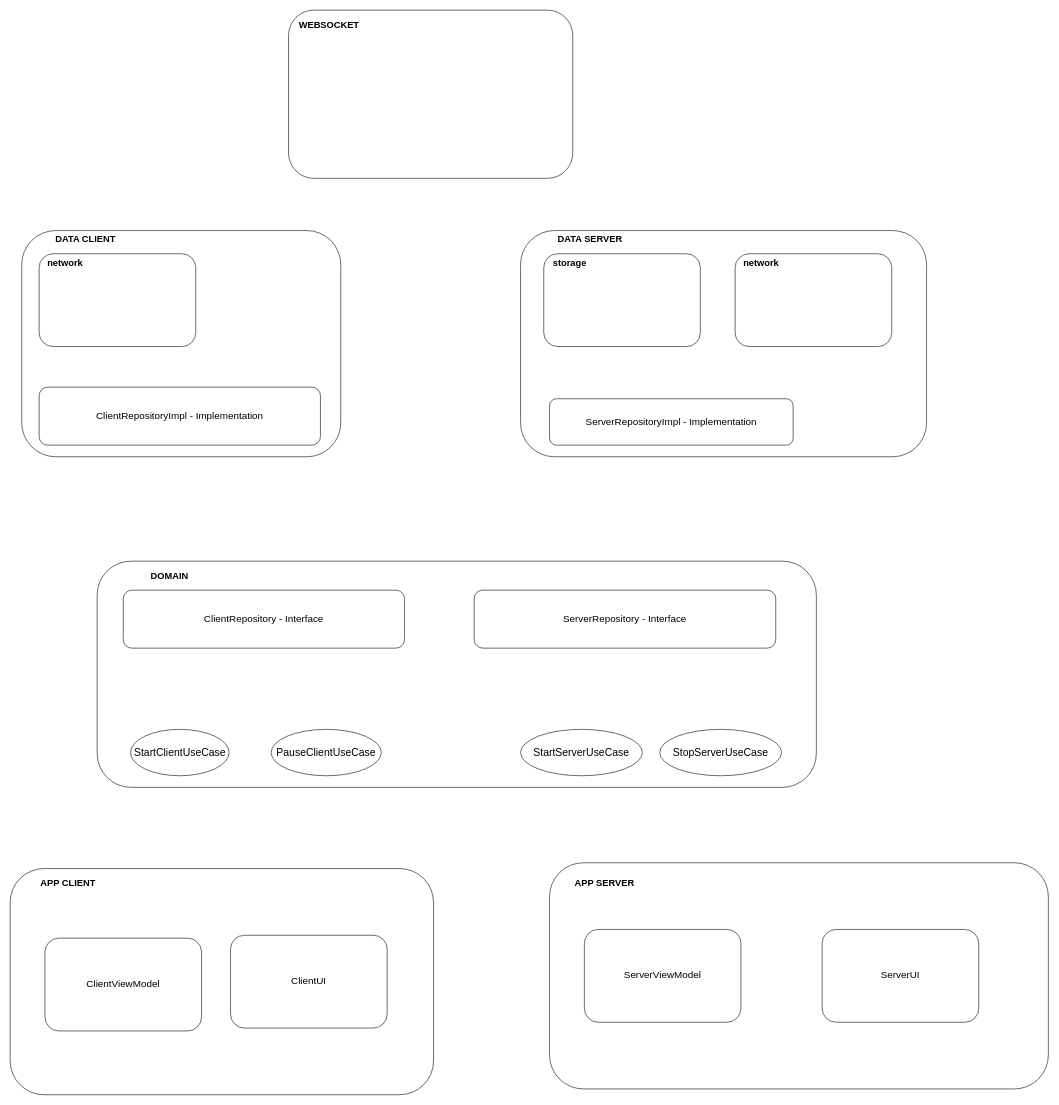
borsalinho/NTI_test keeps this draw.io diagram as architecture.drawio. Above is the earlier version. Source tidied: cells renumbered, new cells numbered last; positions are measured from the earlier drawing's top-left corner, leaving out a move shared by most shapes. Both pictures are drawn from the tidied source at 58%, with x=0, y=0 at pixel (10, 10).
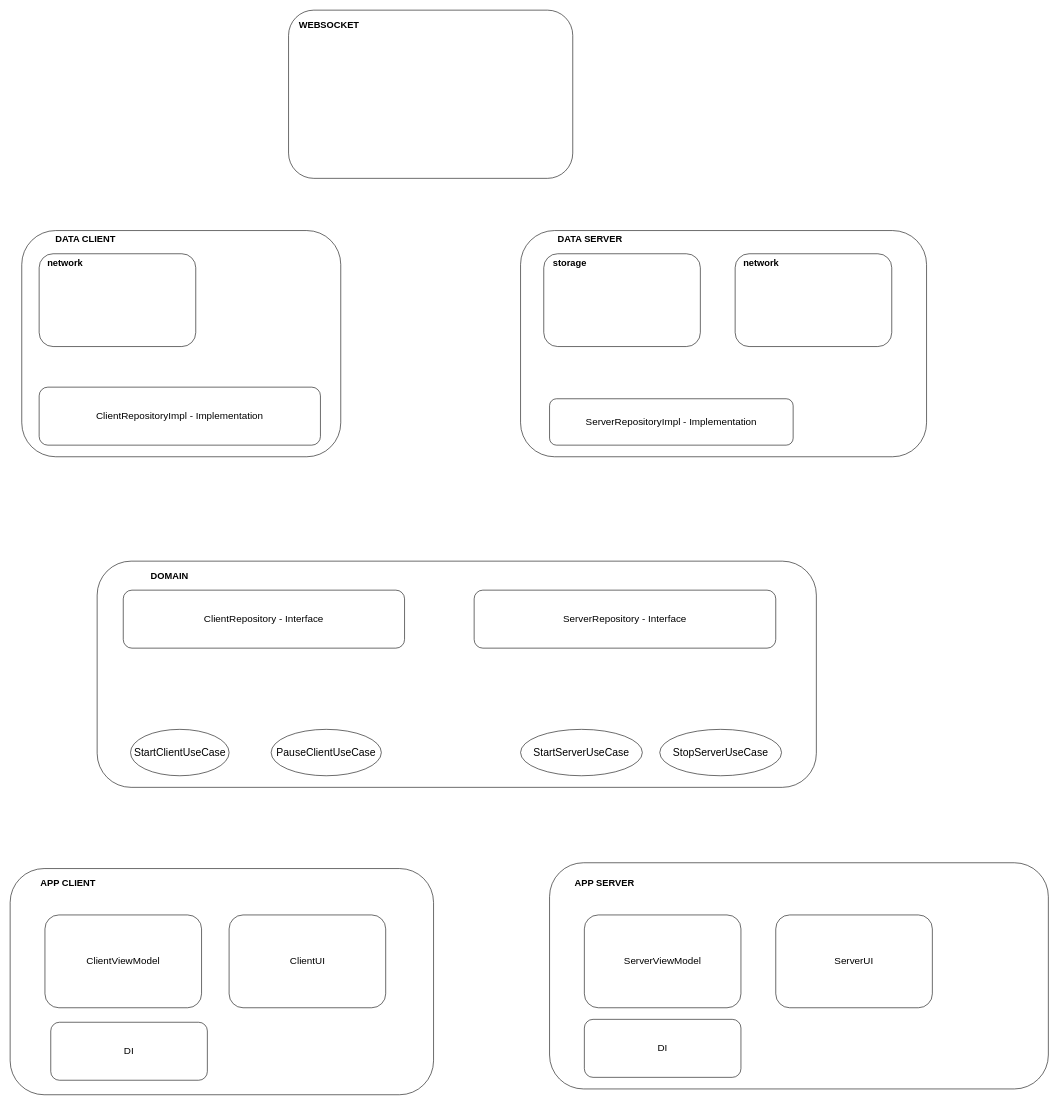
The same diagram, later.

The edit, as a diff of the source:
```diff
@@
     <mxCell id="24" value="&lt;font style=&quot;font-size: 17px;&quot;&gt;ClientViewModel&lt;/font&gt;" style="rounded=1;whiteSpace=wrap;html=1;" parent="1" vertex="1">
-      <mxGeometry x="60" y="1600" width="270" height="160" as="geometry" />
+      <mxGeometry x="60" y="1560" width="270" height="160" as="geometry" />
     </mxCell>
     <mxCell id="25" value="&lt;font style=&quot;font-size: 17px;&quot;&gt;ClientUI&lt;/font&gt;" style="rounded=1;whiteSpace=wrap;html=1;" parent="1" vertex="1">
-      <mxGeometry x="380" y="1595" width="270" height="160" as="geometry" />
+      <mxGeometry x="377.5" y="1560" width="270" height="160" as="geometry" />
     </mxCell>
     <mxCell id="26" value="&lt;font style=&quot;font-size: 17px;&quot;&gt;ServerViewModel&lt;/font&gt;" style="rounded=1;whiteSpace=wrap;html=1;" parent="1" vertex="1">
-      <mxGeometry x="990" y="1585" width="270" height="160" as="geometry" />
+      <mxGeometry x="990" y="1560" width="270" height="160" as="geometry" />
     </mxCell>
     <mxCell id="27" value="&lt;font style=&quot;font-size: 17px;&quot;&gt;ServerUI&lt;/font&gt;" style="rounded=1;whiteSpace=wrap;html=1;" parent="1" vertex="1">
-      <mxGeometry x="1400" y="1585" width="270" height="160" as="geometry" />
+      <mxGeometry x="1320" y="1560" width="270" height="160" as="geometry" />
     </mxCell>
@@
+    <mxCell id="32" value="&lt;span style=&quot;font-size: 17px;&quot;&gt;DI&lt;/span&gt;" style="rounded=1;whiteSpace=wrap;html=1;" parent="1" vertex="1">
+      <mxGeometry x="70" y="1745" width="270" height="100" as="geometry" />
+    </mxCell>
+    <mxCell id="33" value="&lt;span style=&quot;font-size: 17px;&quot;&gt;DI&lt;/span&gt;" style="rounded=1;whiteSpace=wrap;html=1;" parent="1" vertex="1">
+      <mxGeometry x="990" y="1740" width="270" height="100" as="geometry" />
+    </mxCell>
```
